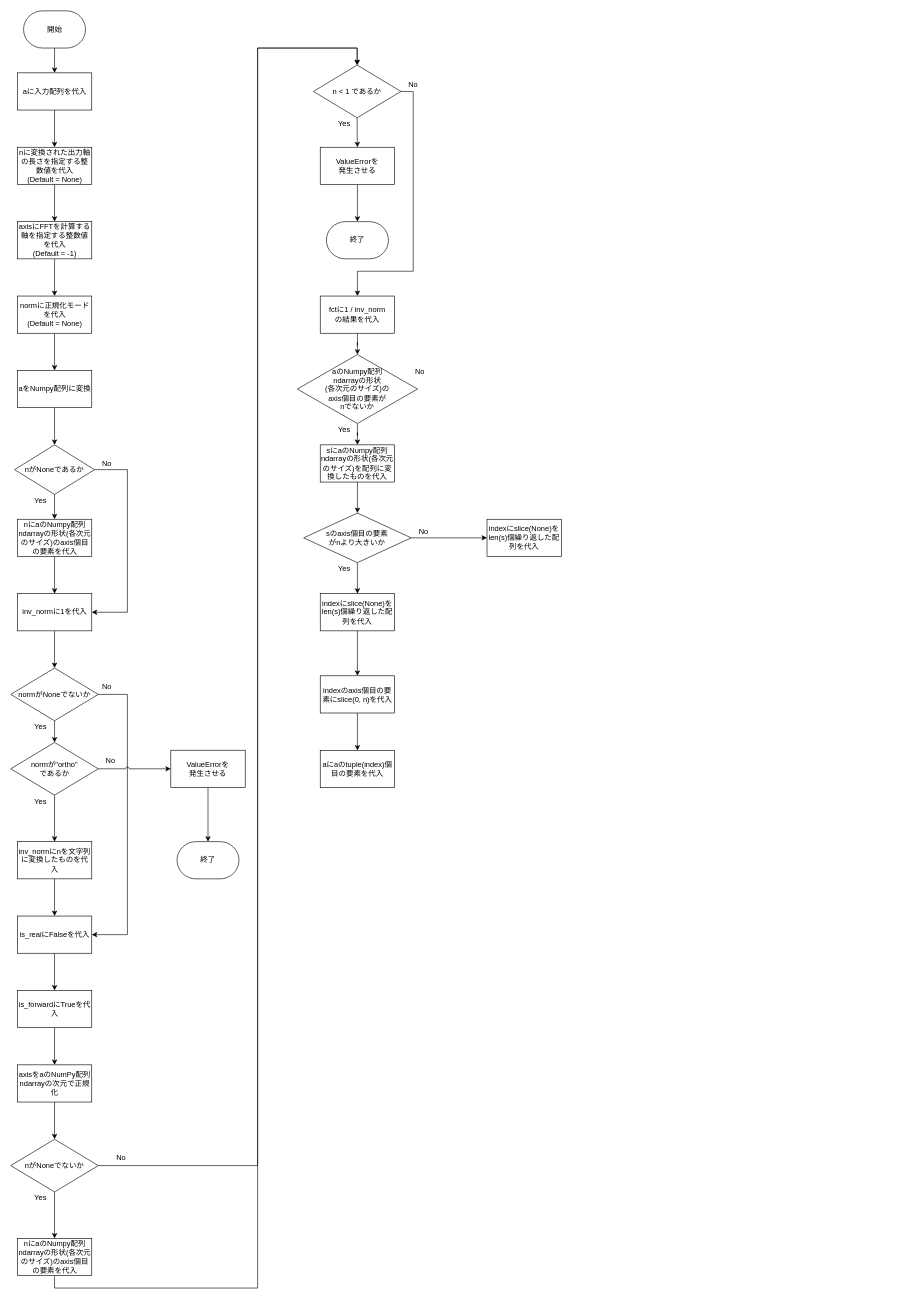
This is numpy_fft.drawio from mochihisa/themed_research, a draw.io file, before an edit. Source tidied: cells renumbered, new cells numbered last; positions are measured from the earlier drawing's top-left corner, leaving out a move shared by most shapes. Both pictures are drawn from the tidied source at 62%, with x=0, y=0 at pixel (11, 11).
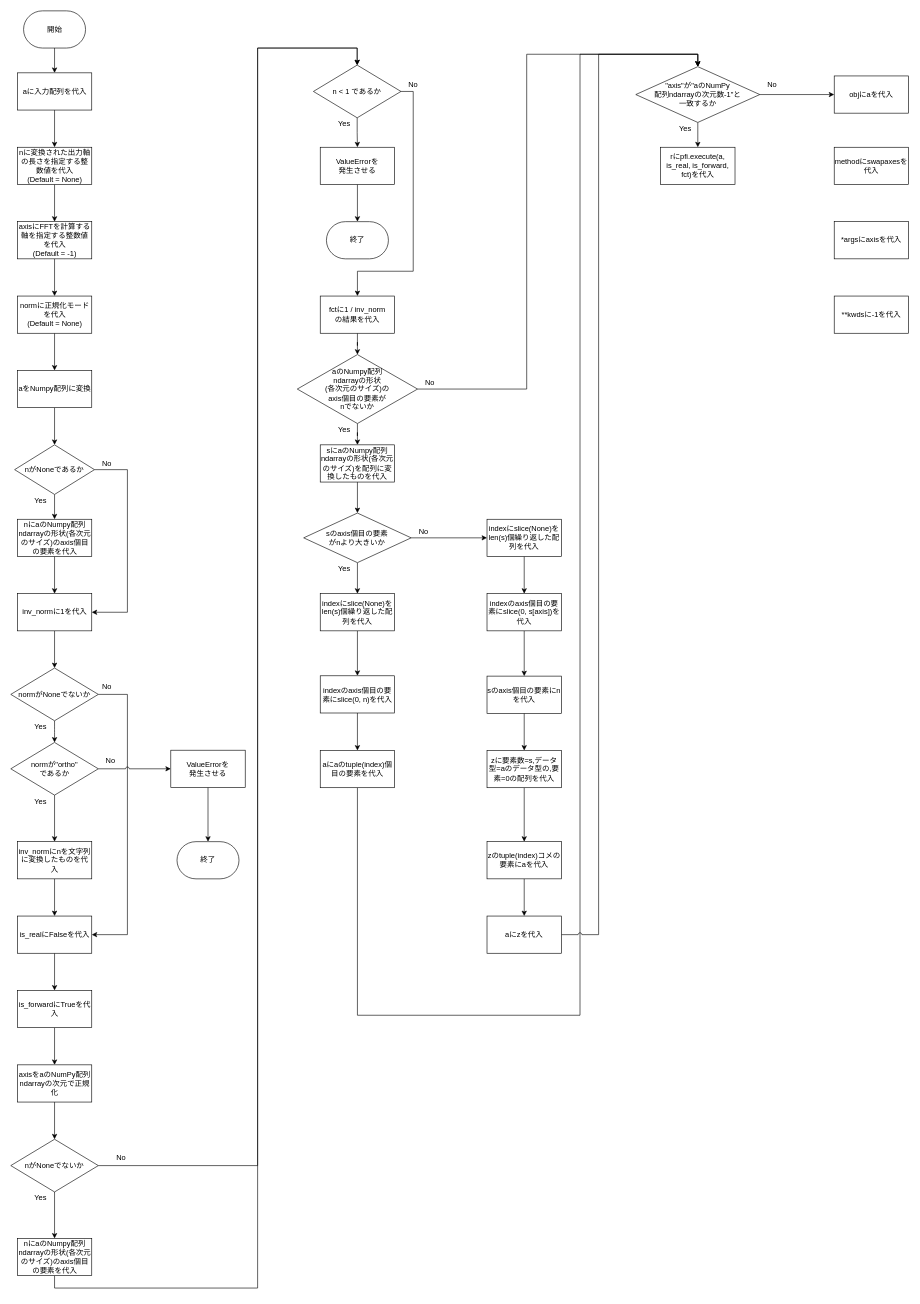
After the change.

Commit message:
numpy_fft.drawio を更新します

Unchanged cells that the change refers to:
```xml
<mxCell id="62" value="aのNumpy配列&lt;br&gt;ndarrayの形状&lt;br&gt;(各次元のサイズ)の&lt;br&gt;axis個目の要素が&lt;br&gt;nでないか" style="strokeWidth=1;html=1;shape=mxgraph.flowchart.decision;whiteSpace=wrap;align=center;fontSize=12;" parent="1" vertex="1">
  <mxGeometry x="462" y="554.4" width="194" height="111.2" as="geometry" />
</mxCell>
<mxCell id="76" value="aにaのtuple(index)個目の要素を代入" style="rounded=0;whiteSpace=wrap;html=1;" parent="1" vertex="1">
  <mxGeometry x="499" y="1193" width="120" height="60" as="geometry" />
</mxCell>
<mxCell id="77" value="indexにslice(None)をlen(s)個繰り返した配列を代入" style="rounded=0;whiteSpace=wrap;html=1;" parent="1" vertex="1">
  <mxGeometry x="768" y="820" width="120" height="60" as="geometry" />
</mxCell>
```

The edit, as a diff of the source:
```diff
@@
+    <mxCell id="78" style="edgeStyle=orthogonalEdgeStyle;rounded=0;jettySize=auto;html=1;entryX=0.5;entryY=0;entryDx=0;entryDy=0;entryPerimeter=0;" parent="1" edge="1" source="62" target="93">
+      <mxGeometry relative="1" as="geometry" />
+    </mxCell>
@@
     <mxCell id="64" value="No" style="text;html=1;strokeColor=none;fillColor=none;align=center;verticalAlign=middle;whiteSpace=wrap;rounded=0;strokeWidth=1;" parent="1" vertex="1">
-      <mxGeometry x="640.2" y="572.5" width="40" height="20" as="geometry" />
+      <mxGeometry x="656" y="590" width="40" height="20" as="geometry" />
     </mxCell>
@@
+    <mxCell id="79" style="edgeStyle=orthogonalEdgeStyle;rounded=0;jettySize=auto;html=1;entryX=0.5;entryY=0;entryDx=0;entryDy=0;entryPerimeter=0;exitX=0.5;exitY=1;exitDx=0;exitDy=0;" parent="1" edge="1" source="76" target="93">
+      <mxGeometry relative="1" as="geometry">
+        <Array as="points">
+          <mxPoint x="559" y="1620" />
+          <mxPoint x="918" y="1620" />
+          <mxPoint x="918" y="70" />
+          <mxPoint x="1108" y="70" />
+        </Array>
+      </mxGeometry>
+    </mxCell>
@@
+    <mxCell id="80" style="edgeStyle=orthogonalEdgeStyle;rounded=0;jettySize=auto;html=1;" parent="1" edge="1" source="77" target="82">
+      <mxGeometry relative="1" as="geometry" />
+    </mxCell>
@@
+    <mxCell id="81" style="edgeStyle=orthogonalEdgeStyle;rounded=0;jettySize=auto;html=1;" parent="1" edge="1" source="82" target="84">
+      <mxGeometry relative="1" as="geometry" />
+    </mxCell>
+    <mxCell id="82" value="indexのaxis個目の要素にslice(0, s[axis])を代入" style="rounded=0;whiteSpace=wrap;html=1;" parent="1" vertex="1">
+      <mxGeometry x="768" y="940" width="120" height="60" as="geometry" />
+    </mxCell>
+    <mxCell id="83" style="edgeStyle=orthogonalEdgeStyle;rounded=0;jettySize=auto;html=1;" parent="1" edge="1" source="84" target="86">
+      <mxGeometry relative="1" as="geometry" />
+    </mxCell>
+    <mxCell id="84" value="sのaxis個目の要素にnを代入" style="rounded=0;whiteSpace=wrap;html=1;" parent="1" vertex="1">
+      <mxGeometry x="768" y="1073" width="120" height="60" as="geometry" />
+    </mxCell>
+    <mxCell id="85" style="edgeStyle=orthogonalEdgeStyle;rounded=0;jettySize=auto;html=1;" parent="1" edge="1" source="86" target="88">
+      <mxGeometry relative="1" as="geometry" />
+    </mxCell>
+    <mxCell id="86" value="zに要素数=s,データ型=aのデータ型の,要素=0の配列を代入" style="rounded=0;whiteSpace=wrap;html=1;" parent="1" vertex="1">
+      <mxGeometry x="768" y="1193" width="120" height="60" as="geometry" />
+    </mxCell>
+    <mxCell id="87" style="edgeStyle=orthogonalEdgeStyle;rounded=0;jettySize=auto;html=1;" parent="1" edge="1" source="88" target="90">
+      <mxGeometry relative="1" as="geometry" />
+    </mxCell>
+    <mxCell id="88" value="zのtuple(index)コメの要素にaを代入" style="rounded=0;whiteSpace=wrap;html=1;" parent="1" vertex="1">
+      <mxGeometry x="768" y="1340" width="120" height="60" as="geometry" />
+    </mxCell>
+    <mxCell id="89" style="edgeStyle=orthogonalEdgeStyle;rounded=0;jettySize=auto;html=1;entryX=0.5;entryY=0;entryDx=0;entryDy=0;entryPerimeter=0;jumpStyle=arc;" parent="1" edge="1" source="90" target="93">
+      <mxGeometry relative="1" as="geometry" />
+    </mxCell>
+    <mxCell id="90" value="aにzを代入" style="rounded=0;whiteSpace=wrap;html=1;" parent="1" vertex="1">
+      <mxGeometry x="768" y="1460" width="120" height="60" as="geometry" />
+    </mxCell>
+    <mxCell id="91" style="edgeStyle=orthogonalEdgeStyle;rounded=0;jumpStyle=arc;jettySize=auto;html=1;entryX=0.5;entryY=0;entryDx=0;entryDy=0;" parent="1" edge="1" source="93" target="96">
+      <mxGeometry relative="1" as="geometry" />
+    </mxCell>
+    <mxCell id="92" style="edgeStyle=orthogonalEdgeStyle;rounded=0;jumpStyle=arc;jettySize=auto;html=1;" parent="1" edge="1" source="93" target="97">
+      <mxGeometry relative="1" as="geometry" />
+    </mxCell>
+    <mxCell id="93" value="&quot;axis&quot;が&quot;aのNumPy&lt;br&gt;配列ndarrayの次元数-1&quot;と&lt;br&gt;一致するか" style="strokeWidth=1;html=1;shape=mxgraph.flowchart.decision;whiteSpace=wrap;align=center;fontSize=12;" parent="1" vertex="1">
+      <mxGeometry x="1008" y="90" width="200" height="90" as="geometry" />
+    </mxCell>
+    <mxCell id="94" value="No" style="text;html=1;strokeColor=none;fillColor=none;align=center;verticalAlign=middle;whiteSpace=wrap;rounded=0;strokeWidth=1;" parent="1" vertex="1">
+      <mxGeometry x="1208" y="110" width="40" height="20" as="geometry" />
+    </mxCell>
+    <mxCell id="95" value="Yes" style="text;html=1;strokeColor=none;fillColor=none;align=center;verticalAlign=middle;whiteSpace=wrap;rounded=0;strokeWidth=1;" parent="1" vertex="1">
+      <mxGeometry x="1068" y="180" width="40" height="20" as="geometry" />
+    </mxCell>
+    <mxCell id="96" value="rにpfi.execute(a, is_real, is_forward, fct)を代入" style="rounded=0;whiteSpace=wrap;html=1;" parent="1" vertex="1">
+      <mxGeometry x="1048" y="220" width="120" height="60" as="geometry" />
+    </mxCell>
+    <mxCell id="97" value="objにaを代入" style="rounded=0;whiteSpace=wrap;html=1;" parent="1" vertex="1">
+      <mxGeometry x="1328" y="105" width="120" height="60" as="geometry" />
+    </mxCell>
+    <mxCell id="98" value="methodにswapaxesを代入" style="rounded=0;whiteSpace=wrap;html=1;" parent="1" vertex="1">
+      <mxGeometry x="1328" y="220" width="120" height="60" as="geometry" />
+    </mxCell>
+    <mxCell id="99" value="*argsにaxisを代入" style="rounded=0;whiteSpace=wrap;html=1;" parent="1" vertex="1">
+      <mxGeometry x="1328" y="340" width="120" height="60" as="geometry" />
+    </mxCell>
+    <mxCell id="100" value="**kwdsに-1を代入" style="rounded=0;whiteSpace=wrap;html=1;" parent="1" vertex="1">
+      <mxGeometry x="1328" y="460" width="120" height="60" as="geometry" />
+    </mxCell>
```
